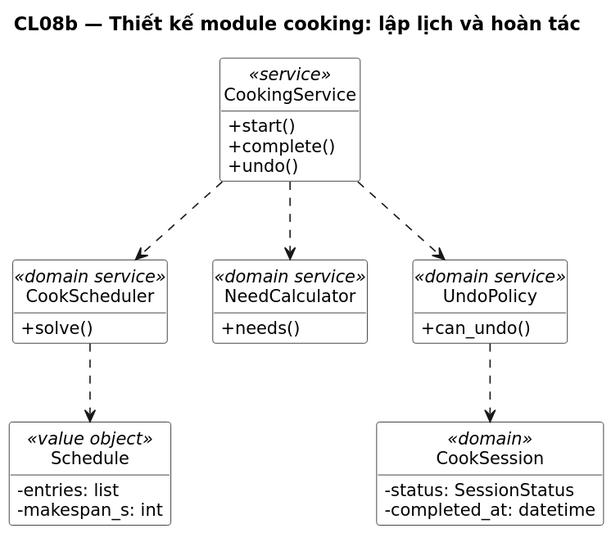
The PlantUML diagram docs/uml/out/class/CL08b-thiet-ke-cooking-lap-lich.svg in NamBuw/Tastoria, before a commit.
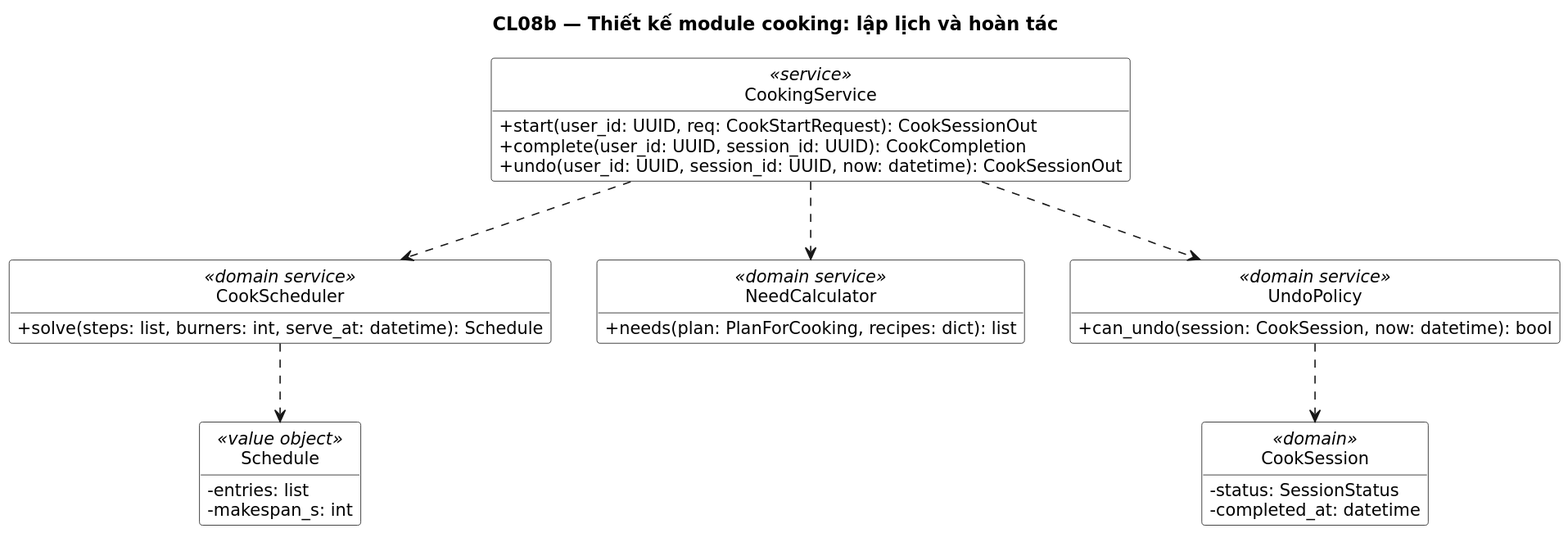
Above is the later version.

The edit, as a diff of the source:
```diff
@@ -11,18 +11,18 @@
 skinparam ClassBackgroundColor White
 
 class "CookingService" as S <<service>> {
-  +start()
-  +complete()
-  +undo()
+  +start(user_id: UUID, req: CookStartRequest): CookSessionOut
+  +complete(user_id: UUID, session_id: UUID): CookCompletion
+  +undo(user_id: UUID, session_id: UUID, now: datetime): CookSessionOut
 }
 class "CookScheduler" as SC <<domain service>> {
-  +solve()
+  +solve(steps: list, burners: int, serve_at: datetime): Schedule
 }
 class "NeedCalculator" as NC <<domain service>> {
-  +needs()
+  +needs(plan: PlanForCooking, recipes: dict): list
 }
 class "UndoPolicy" as UP <<domain service>> {
-  +can_undo()
+  +can_undo(session: CookSession, now: datetime): bool
 }
 class "Schedule" as SH <<value object>> {
   -entries: list
```
